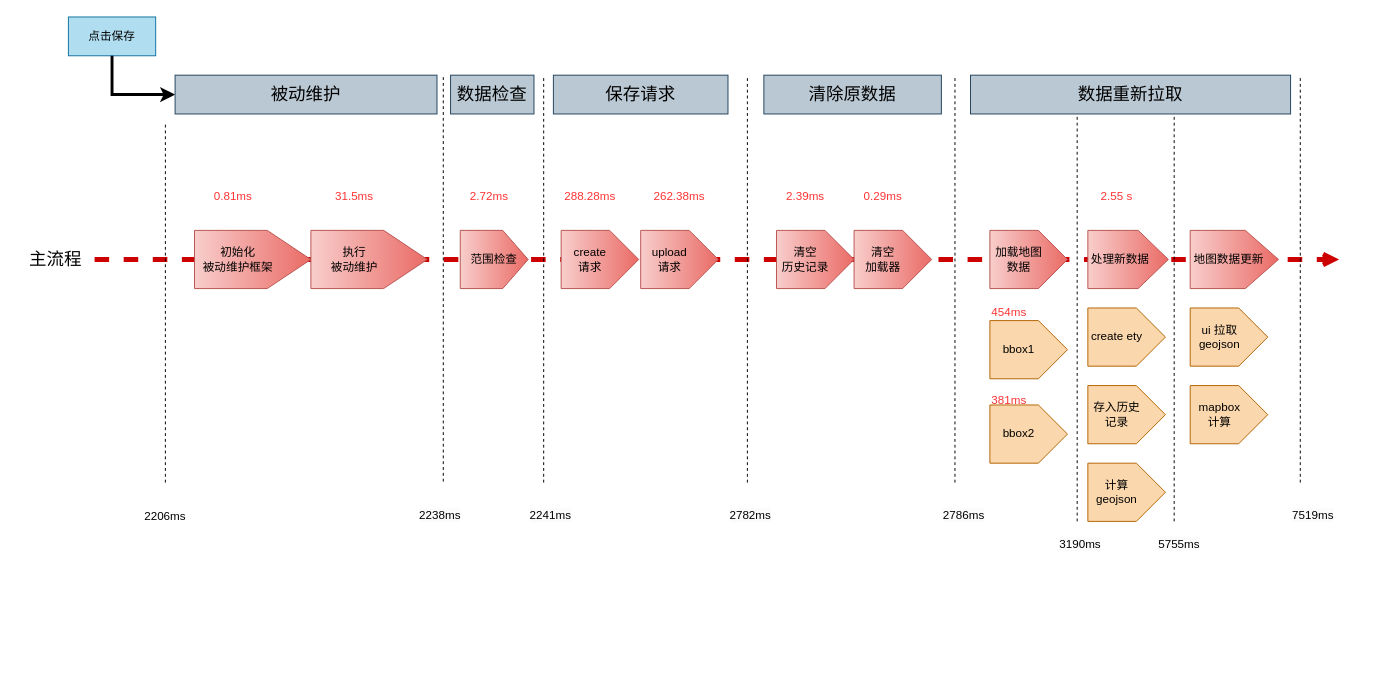
Earlier version of the draw.io diagram 保存性能分析.drawio (Rmttf/draw.io-diagrams). Source tidied: cells renumbered, new cells numbered last; positions are measured from the earlier drawing's top-left corner, leaving out a move shared by most shapes. Both pictures are drawn from the tidied source at 97%, with x=0, y=0 at pixel (16, 16).
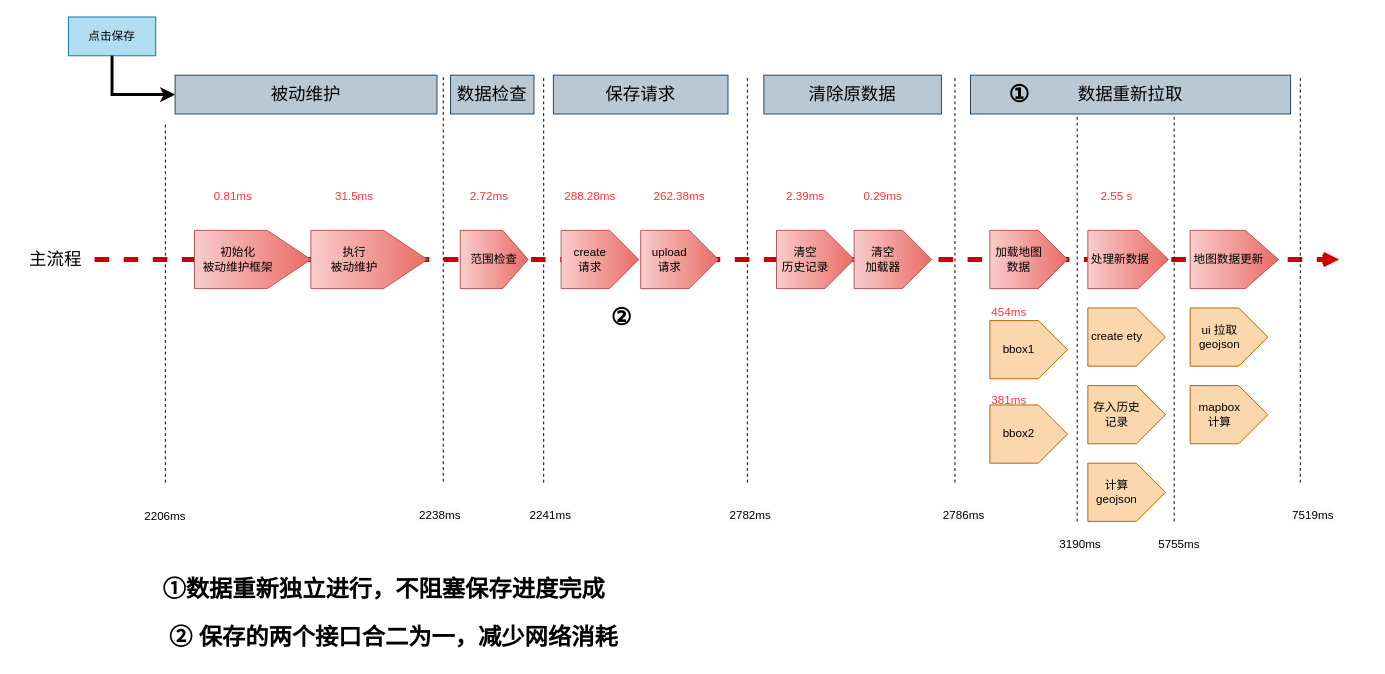
The same page after the edit.

Commit message (it also covers changes not shown here):
更新保存性能分析.drawio

Diff of the diagram source:
```diff
@@
+    <mxCell id="72" value="①" style="text;strokeColor=none;fillColor=none;html=1;fontSize=24;fontStyle=1;verticalAlign=middle;align=center;" parent="1" vertex="1">
+      <mxGeometry x="983" y="60" width="100" height="40" as="geometry" />
+    </mxCell>
+    <mxCell id="73" value="①数据重新独立进行，不阻塞保存进度完成" style="text;strokeColor=none;fillColor=none;html=1;fontSize=24;fontStyle=1;verticalAlign=middle;align=center;" parent="1" vertex="1">
+      <mxGeometry x="133" y="570" width="490" height="40" as="geometry" />
+    </mxCell>
+    <mxCell id="74" value="② 保存的两个接口合二为一，减少网络消耗" style="text;strokeColor=none;fillColor=none;html=1;fontSize=24;fontStyle=1;verticalAlign=middle;align=center;" parent="1" vertex="1">
+      <mxGeometry x="143" y="620" width="490" height="40" as="geometry" />
+    </mxCell>
+    <mxCell id="75" value="②" style="text;strokeColor=none;fillColor=none;html=1;fontSize=24;fontStyle=1;verticalAlign=middle;align=center;" parent="1" vertex="1">
+      <mxGeometry x="573" y="290" width="100" height="40" as="geometry" />
+    </mxCell>
```
